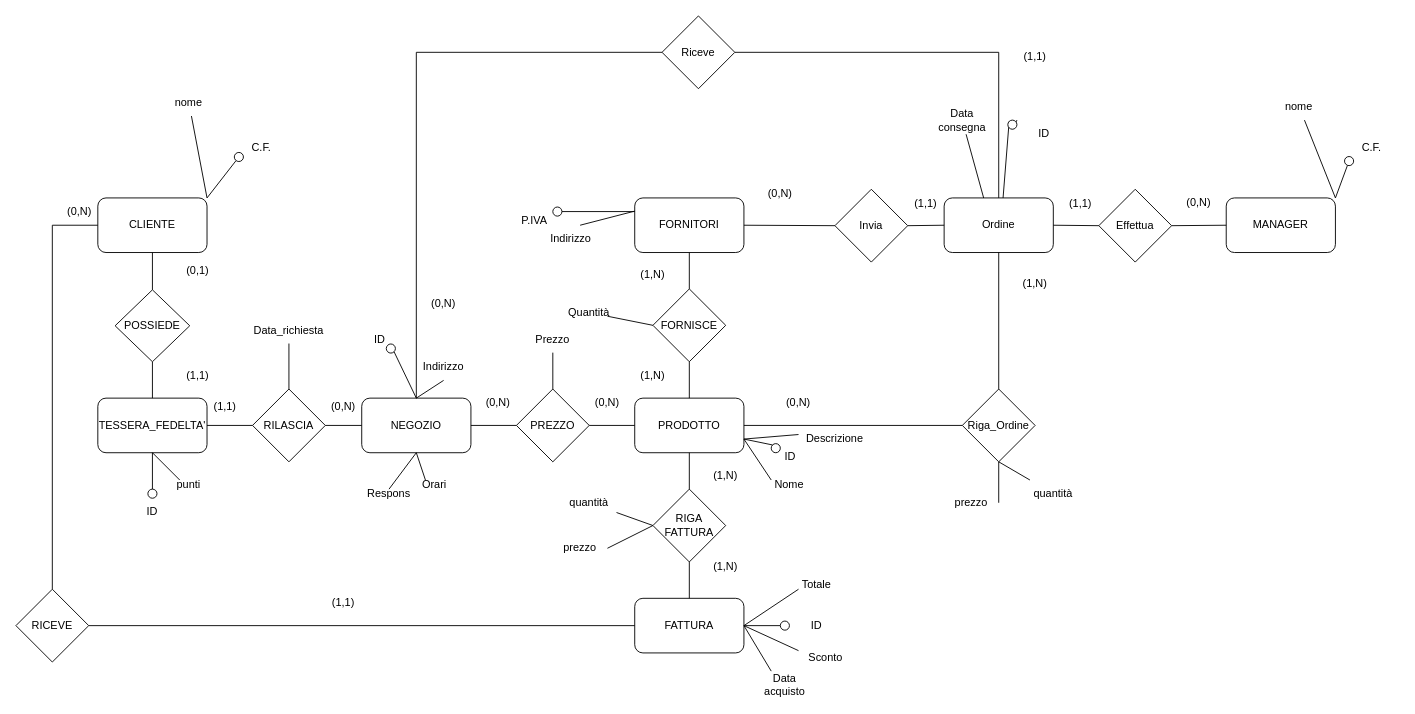
Before: docs/schema_ER/Diagramma_ER_Ristrutturato.drawio in Giann8/Progetto_DB_UNI, a draw.io diagram. Source tidied: cells renumbered, new cells numbered last; positions are measured from the earlier drawing's top-left corner, leaving out a move shared by most shapes. Both pictures are drawn from the tidied source at 91%, with x=0, y=0 at pixel (15, 15).
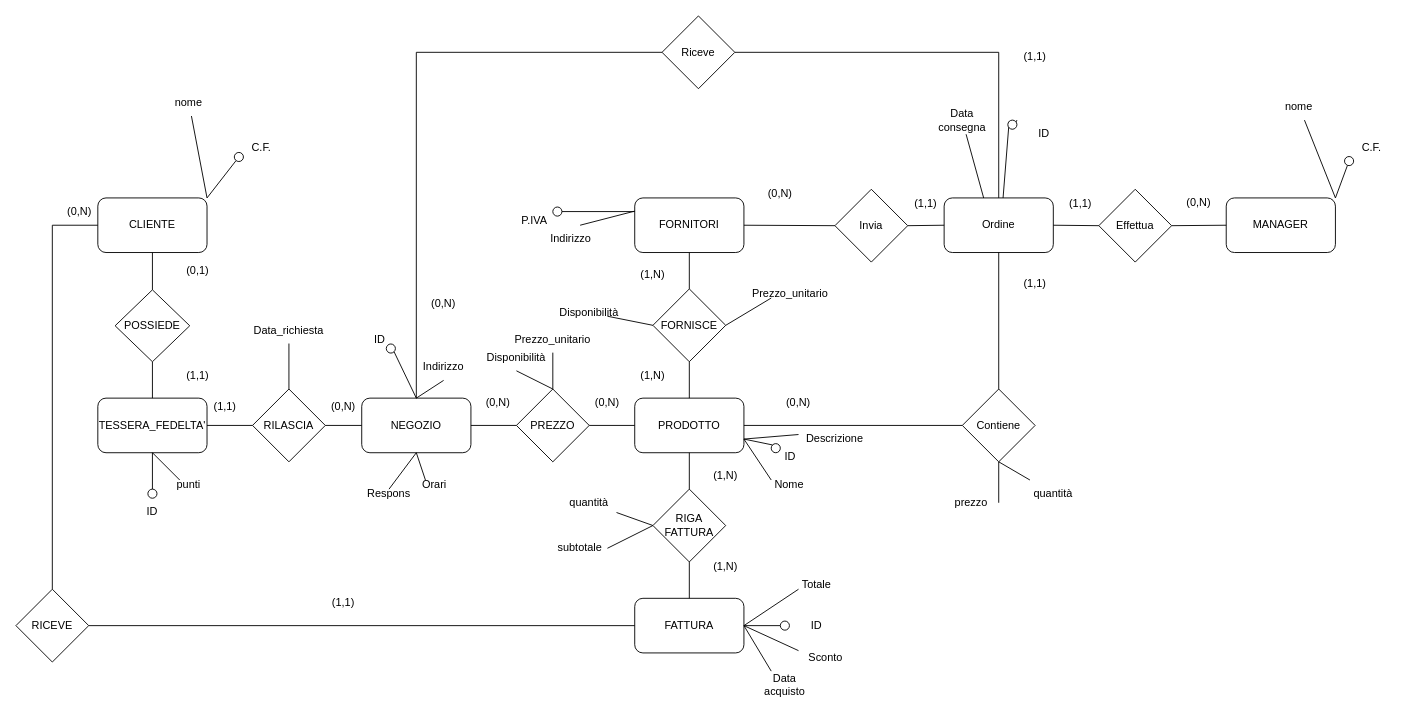
The same page after the edit.

Unchanged cells that the change refers to:
```xml
<mxCell id="15" value="PREZZO" style="rhombus;whiteSpace=wrap;html=1;" parent="1" vertex="1">
  <mxGeometry x="550" y="410" width="80" height="80" as="geometry" />
</mxCell>
<mxCell id="17" value="FORNISCE" style="rhombus;whiteSpace=wrap;html=1;" parent="1" vertex="1">
  <mxGeometry x="700" y="300" width="80" height="80" as="geometry" />
</mxCell>
```

Diff of the diagram source:
```diff
@@
-    <mxCell id="89" value="Prezzo" style="text;html=1;align=center;verticalAlign=middle;whiteSpace=wrap;rounded=0;" parent="1" vertex="1">
+    <mxCell id="89" value="Prezzo_unitario" style="text;html=1;align=center;verticalAlign=middle;whiteSpace=wrap;rounded=0;" parent="1" vertex="1">
       <mxGeometry x="560" y="340.5" width="60" height="30" as="geometry" />
     </mxCell>
@@
-    <mxCell id="91" value="Quantità" style="text;html=1;align=center;verticalAlign=middle;whiteSpace=wrap;rounded=0;" parent="1" vertex="1">
+    <mxCell id="91" value="Disponibilità" style="text;html=1;align=center;verticalAlign=middle;whiteSpace=wrap;rounded=0;" parent="1" vertex="1">
       <mxGeometry x="600" y="310.5" width="60" height="30" as="geometry" />
     </mxCell>
@@
-    <mxCell id="97" value="prezzo" style="text;html=1;align=center;verticalAlign=middle;whiteSpace=wrap;rounded=0;" parent="1" vertex="1">
+    <mxCell id="97" value="subtotale" style="text;html=1;align=center;verticalAlign=middle;whiteSpace=wrap;rounded=0;" parent="1" vertex="1">
       <mxGeometry x="590" y="570" width="60" height="30" as="geometry" />
     </mxCell>
@@
-    <mxCell id="114" value="Riga_Ordine" style="rhombus;whiteSpace=wrap;html=1;" parent="1" vertex="1">
+    <mxCell id="114" value="Contiene" style="rhombus;whiteSpace=wrap;html=1;" parent="1" vertex="1">
       <mxGeometry x="1040" y="410" width="80" height="80" as="geometry" />
     </mxCell>
@@
-    <mxCell id="120" value="(1,N)" style="text;html=1;align=center;verticalAlign=middle;whiteSpace=wrap;rounded=0;" parent="1" vertex="1">
+    <mxCell id="120" value="(1,1)" style="text;html=1;align=center;verticalAlign=middle;whiteSpace=wrap;rounded=0;" parent="1" vertex="1">
       <mxGeometry x="1090" y="279" width="60" height="30" as="geometry" />
     </mxCell>
@@
+    <mxCell id="128" style="endArrow=none;html=1;rounded=0;exitX=1;exitY=0.5;exitDx=0;exitDy=0;" parent="1" edge="1" source="17">
+      <mxGeometry relative="1" as="geometry">
+        <mxPoint x="830" y="310" as="targetPoint" />
+      </mxGeometry>
+    </mxCell>
+    <mxCell id="129" value="Prezzo_unitario" style="text;html=1;align=center;verticalAlign=middle;whiteSpace=wrap;rounded=0;" parent="1" vertex="1">
+      <mxGeometry x="821" y="290" width="60" height="30" as="geometry" />
+    </mxCell>
+    <mxCell id="130" style="endArrow=none;html=1;rounded=0;exitX=0.5;exitY=0;exitDx=0;exitDy=0;" parent="1" edge="1" source="15">
+      <mxGeometry relative="1" as="geometry">
+        <mxPoint x="550" y="390" as="targetPoint" />
+      </mxGeometry>
+    </mxCell>
+    <mxCell id="131" value="Disponibilità" style="text;html=1;align=center;verticalAlign=middle;whiteSpace=wrap;rounded=0;" parent="1" vertex="1">
+      <mxGeometry x="520" y="360.5" width="60" height="30" as="geometry" />
+    </mxCell>
```
